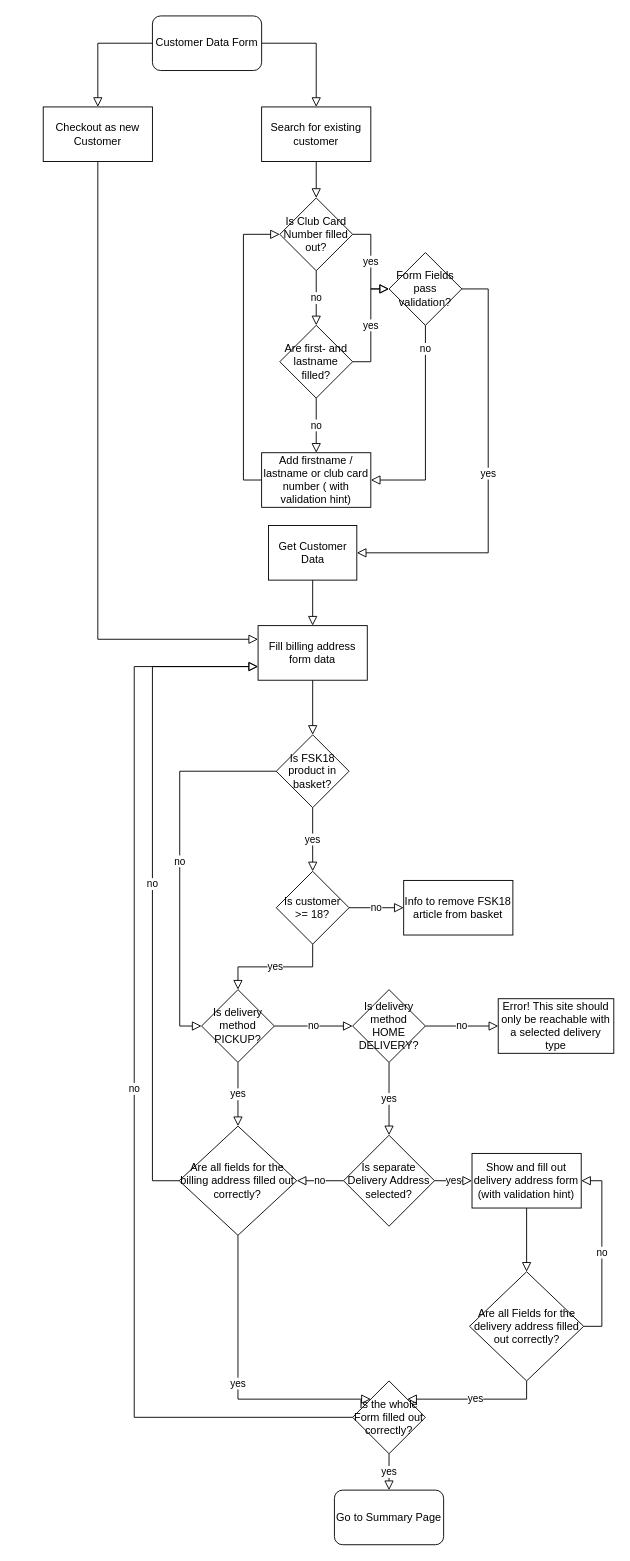
This is page "Customer Data" (2 of 4) of basket.drawio from jaegermoritz/test-wiki-diagrams, a draw.io file, before an edit. Source tidied: cells renumbered, new cells numbered last; positions are measured from the earlier drawing's top-left corner, leaving out a move shared by most shapes. Both pictures are drawn from the tidied source at 91%, with x=0, y=0 at pixel (43, 15).
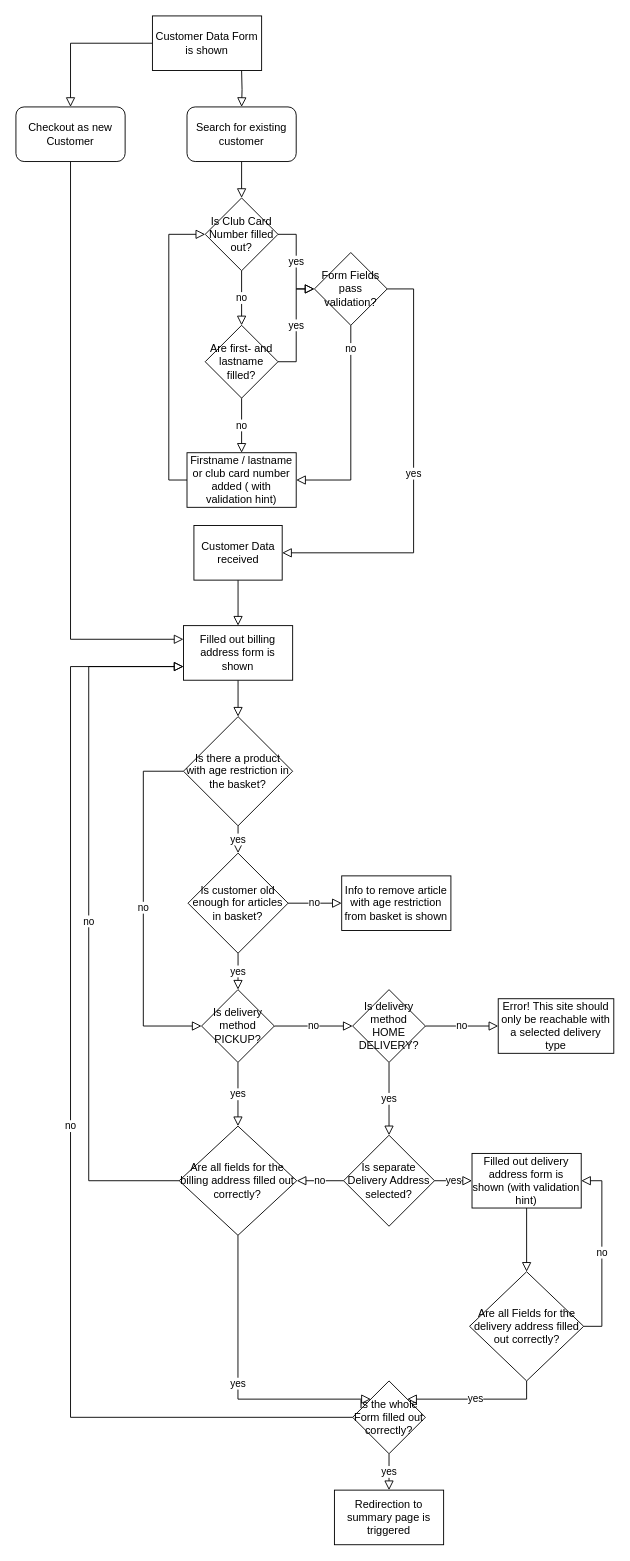
After the change.

Commit message (it also covers changes not shown here):
Update wording of customer data

Unchanged cells that the change refers to:
```xml
<mxCell id="15" value="Are all fields for the billing address filled out correctly?" style="rhombus;whiteSpace=wrap;html=1;" parent="1" vertex="1">
  <mxGeometry x="149.4" y="1220" width="129.2" height="120" as="geometry" />
</mxCell>
<mxCell id="32" value="Is the whole Form filled out correctly?" style="rhombus;whiteSpace=wrap;html=1;" parent="1" vertex="1">
  <mxGeometry x="340" y="1500" width="80" height="80" as="geometry" />
</mxCell>
<mxCell id="48" value="Is delivery method PICKUP?" style="rhombus;whiteSpace=wrap;html=1;" parent="1" vertex="1">
  <mxGeometry x="174" y="1070" width="80" height="80" as="geometry" />
</mxCell>
```

The edit, as a diff of the source:
```diff
@@
-    <mxCell id="3" style="edgeStyle=orthogonalEdgeStyle;rounded=0;jumpStyle=none;jettySize=auto;html=1;exitX=1;exitY=0.5;exitDx=0;exitDy=0;entryX=0.5;entryY=0;entryDx=0;entryDy=0;endArrow=block;endFill=0;endSize=8;" parent="1" edge="1" source="4" target="12">
-      <mxGeometry relative="1" as="geometry" />
+    <mxCell id="3" style="edgeStyle=orthogonalEdgeStyle;rounded=0;jumpStyle=none;jettySize=auto;html=1;entryX=0.5;entryY=0;entryDx=0;entryDy=0;endArrow=block;endFill=0;endSize=8;" parent="1" edge="1" target="12">
+      <mxGeometry relative="1" as="geometry">
+        <mxPoint x="218" y="60" as="sourcePoint" />
+      </mxGeometry>
     </mxCell>
-    <mxCell id="4" value="Customer Data Form" style="rounded=1;whiteSpace=wrap;html=1;" parent="1" vertex="1">
+    <mxCell id="4" value="Customer Data Form is shown" style="rounded=0;whiteSpace=wrap;html=1;" parent="1" vertex="1">
       <mxGeometry x="120" width="120" height="60" as="geometry" />
     </mxCell>
     <mxCell id="5" value="yes" style="edgeStyle=orthogonalEdgeStyle;rounded=0;jumpStyle=none;jettySize=auto;html=1;endArrow=block;endFill=0;endSize=8;" parent="1" edge="1" source="7" target="34">
       <mxGeometry relative="1" as="geometry">
         <Array as="points">
-          <mxPoint x="489" y="300" />
+          <mxPoint x="407" y="300" />
         </Array>
       </mxGeometry>
     </mxCell>
     <mxCell id="6" value="no" style="edgeStyle=orthogonalEdgeStyle;rounded=0;jumpStyle=none;jettySize=auto;html=1;endArrow=block;endFill=0;endSize=8;exitX=0.5;exitY=1;exitDx=0;exitDy=0;entryX=1;entryY=0.5;entryDx=0;entryDy=0;" parent="1" edge="1" source="7" target="36">
       <mxGeometry x="-0.77" relative="1" as="geometry">
         <Array as="points">
-          <mxPoint x="420" y="510" />
+          <mxPoint x="338" y="510" />
         </Array>
       </mxGeometry>
     </mxCell>
     <mxCell id="7" value="Form Fields pass validation?" style="rhombus;whiteSpace=wrap;html=1;" parent="1" vertex="1">
-      <mxGeometry x="380" y="260" width="80" height="80" as="geometry" />
+      <mxGeometry x="298" y="260" width="80" height="80" as="geometry" />
     </mxCell>
@@
     <mxCell id="10" value="Are first- and lastname filled?" style="rhombus;whiteSpace=wrap;html=1;" parent="1" vertex="1">
-      <mxGeometry x="260" y="340" width="80" height="80" as="geometry" />
+      <mxGeometry x="178" y="340" width="80" height="80" as="geometry" />
     </mxCell>
@@
-    <mxCell id="12" value="Search for existing customer" style="whiteSpace=wrap;html=1;" parent="1" vertex="1">
-      <mxGeometry x="240" y="100" width="120" height="60" as="geometry" />
+    <mxCell id="12" value="Search for existing customer" style="whiteSpace=wrap;html=1;rounded=1;" parent="1" vertex="1">
+      <mxGeometry x="158" y="100" width="120" height="60" as="geometry" />
     </mxCell>
@@
     <mxCell id="14" value="no" style="edgeStyle=orthogonalEdgeStyle;rounded=0;jumpStyle=none;jettySize=auto;html=1;entryX=0;entryY=0.75;entryDx=0;entryDy=0;endArrow=block;endFill=0;endSize=8;" parent="1" edge="1" source="15" target="38">
       <mxGeometry relative="1" as="geometry">
         <Array as="points">
-          <mxPoint x="120" y="1280" />
-          <mxPoint x="120" y="715" />
+          <mxPoint x="50" y="1280" />
+          <mxPoint x="50" y="715" />
         </Array>
       </mxGeometry>
     </mxCell>
@@
-    <mxCell id="19" value="Go to Summary Page" style="rounded=1;whiteSpace=wrap;html=1;" parent="1" vertex="1">
+    <mxCell id="19" value="Redirection to summary page is triggered" style="rounded=0;whiteSpace=wrap;html=1;" parent="1" vertex="1">
       <mxGeometry x="320" y="1620" width="120" height="60" as="geometry" />
     </mxCell>
@@
-    <mxCell id="21" value="Checkout as new Customer" style="whiteSpace=wrap;html=1;" parent="1" vertex="1">
-      <mxGeometry y="100" width="120" height="60" as="geometry" />
+    <mxCell id="21" value="Checkout as new Customer" style="whiteSpace=wrap;html=1;rounded=1;glass=0;sketch=0;" parent="1" vertex="1">
+      <mxGeometry x="-30" y="100" width="120" height="60" as="geometry" />
     </mxCell>
@@
     <mxCell id="24" value="Is Club Card Number filled out?" style="rhombus;whiteSpace=wrap;html=1;" parent="1" vertex="1">
-      <mxGeometry x="260" y="200" width="80" height="80" as="geometry" />
+      <mxGeometry x="178" y="200" width="80" height="80" as="geometry" />
     </mxCell>
@@
-    <mxCell id="26" value="Show and fill out delivery address form (with validation hint)" style="whiteSpace=wrap;html=1;" parent="1" vertex="1">
+    <mxCell id="26" value="Filled out delivery address form is shown (with validation hint)" style="whiteSpace=wrap;html=1;" parent="1" vertex="1">
       <mxGeometry x="471.2" y="1250" width="120" height="60" as="geometry" />
     </mxCell>
@@
     <mxCell id="31" value="no" style="edgeStyle=orthogonalEdgeStyle;rounded=0;jumpStyle=none;jettySize=auto;html=1;exitX=0;exitY=0.5;exitDx=0;exitDy=0;entryX=0;entryY=0.75;entryDx=0;entryDy=0;endArrow=block;endFill=0;endSize=8;" parent="1" edge="1" source="32" target="38">
       <mxGeometry relative="1" as="geometry">
         <Array as="points">
-          <mxPoint x="100" y="1540" />
-          <mxPoint x="100" y="715" />
+          <mxPoint x="30" y="1540" />
+          <mxPoint x="30" y="715" />
         </Array>
       </mxGeometry>
     </mxCell>
@@
-    <mxCell id="34" value="Get Customer Data" style="whiteSpace=wrap;html=1;" parent="1" vertex="1">
-      <mxGeometry x="247.6" y="560" width="97" height="60" as="geometry" />
+    <mxCell id="34" value="Customer Data received" style="whiteSpace=wrap;html=1;" parent="1" vertex="1">
+      <mxGeometry x="165.6" y="560" width="97" height="60" as="geometry" />
     </mxCell>
     <mxCell id="35" style="edgeStyle=orthogonalEdgeStyle;rounded=0;jumpStyle=none;jettySize=auto;html=1;exitX=0;exitY=0.5;exitDx=0;exitDy=0;entryX=0;entryY=0.5;entryDx=0;entryDy=0;endArrow=block;endFill=0;endSize=8;" parent="1" edge="1" source="36" target="24">
       <mxGeometry relative="1" as="geometry">
         <Array as="points">
-          <mxPoint x="220" y="510" />
-          <mxPoint x="220" y="240" />
+          <mxPoint x="138" y="510" />
+          <mxPoint x="138" y="240" />
         </Array>
       </mxGeometry>
     </mxCell>
-    <mxCell id="36" value="Add firstname / lastname or club card number ( with validation hint)" style="whiteSpace=wrap;html=1;" parent="1" vertex="1">
-      <mxGeometry x="240" y="480" width="120" height="60" as="geometry" />
+    <mxCell id="36" value="Firstname / lastname or club card number added ( with validation hint)" style="whiteSpace=wrap;html=1;" parent="1" vertex="1">
+      <mxGeometry x="158" y="480" width="120" height="60" as="geometry" />
     </mxCell>
@@
-    <mxCell id="38" value="Fill billing address form data" style="whiteSpace=wrap;html=1;" parent="1" vertex="1">
-      <mxGeometry x="236.1" y="670" width="120" height="60" as="geometry" />
+    <mxCell id="38" value="Filled out billing address form is shown" style="whiteSpace=wrap;html=1;" parent="1" vertex="1">
+      <mxGeometry x="154.1" y="670" width="120" height="60" as="geometry" />
     </mxCell>
@@
     <mxCell id="40" value="no" style="edgeStyle=orthogonalEdgeStyle;rounded=0;jumpStyle=none;jettySize=auto;html=1;exitX=0;exitY=0.5;exitDx=0;exitDy=0;endArrow=block;endFill=0;endSize=8;entryX=0;entryY=0.5;entryDx=0;entryDy=0;" parent="1" edge="1" source="41" target="48">
       <mxGeometry relative="1" as="geometry">
         <Array as="points">
-          <mxPoint x="150" y="830" />
-          <mxPoint x="150" y="1110" />
+          <mxPoint x="110" y="830" />
+          <mxPoint x="110" y="1110" />
         </Array>
       </mxGeometry>
     </mxCell>
-    <mxCell id="41" value="Is FSK18 product in basket?" style="rhombus;whiteSpace=wrap;html=1;" parent="1" vertex="1">
-      <mxGeometry x="256.1" y="790" width="80" height="80" as="geometry" />
+    <mxCell id="41" value="Is there a product with age restriction in the basket?" style="rhombus;whiteSpace=wrap;html=1;" parent="1" vertex="1">
+      <mxGeometry x="154.1" y="770" width="120" height="120" as="geometry" />
     </mxCell>
@@
-    <mxCell id="44" value="Is customer &amp;gt;= 18?" style="rhombus;whiteSpace=wrap;html=1;" parent="1" vertex="1">
-      <mxGeometry x="256.1" y="940" width="80" height="80" as="geometry" />
+    <mxCell id="44" value="Is customer old enough for articles in basket?" style="rhombus;whiteSpace=wrap;html=1;" parent="1" vertex="1">
+      <mxGeometry x="159.1" y="920" width="110" height="110" as="geometry" />
     </mxCell>
-    <mxCell id="45" value="Info to remove FSK18 article from basket" style="whiteSpace=wrap;html=1;" parent="1" vertex="1">
-      <mxGeometry x="396.1" y="950" width="120" height="60" as="geometry" />
+    <mxCell id="45" value="Info to remove article with age restriction from basket is shown" style="whiteSpace=wrap;html=1;" parent="1" vertex="1">
+      <mxGeometry x="328" y="945" width="120" height="60" as="geometry" />
     </mxCell>
```
